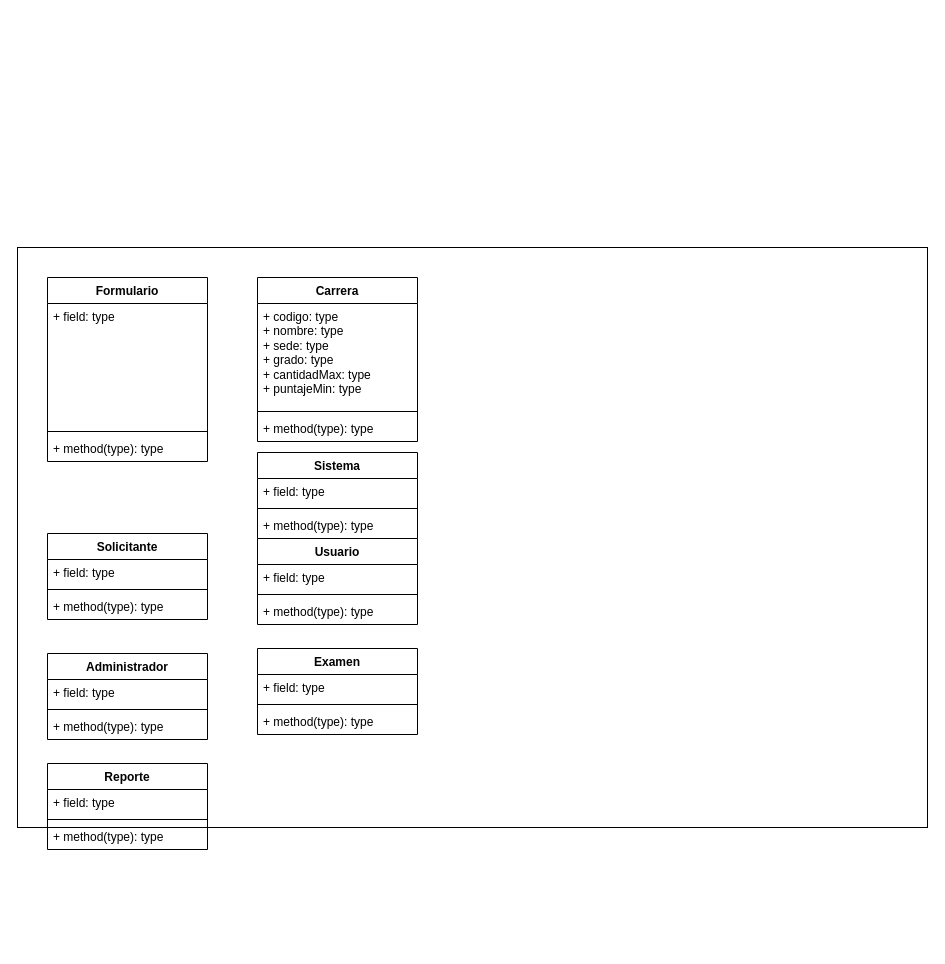
This is Act02_DX_KevinCórdobaChevez.drawio from KevinCordoba/RepositoriodeDiagramas, a draw.io file, before an edit. Source tidied: cells renumbered, new cells numbered last; positions are measured from the earlier drawing's top-left corner, leaving out a move shared by most shapes. Both pictures are drawn from the tidied source at 100%, with x=0, y=0 at pixel (17, 247).
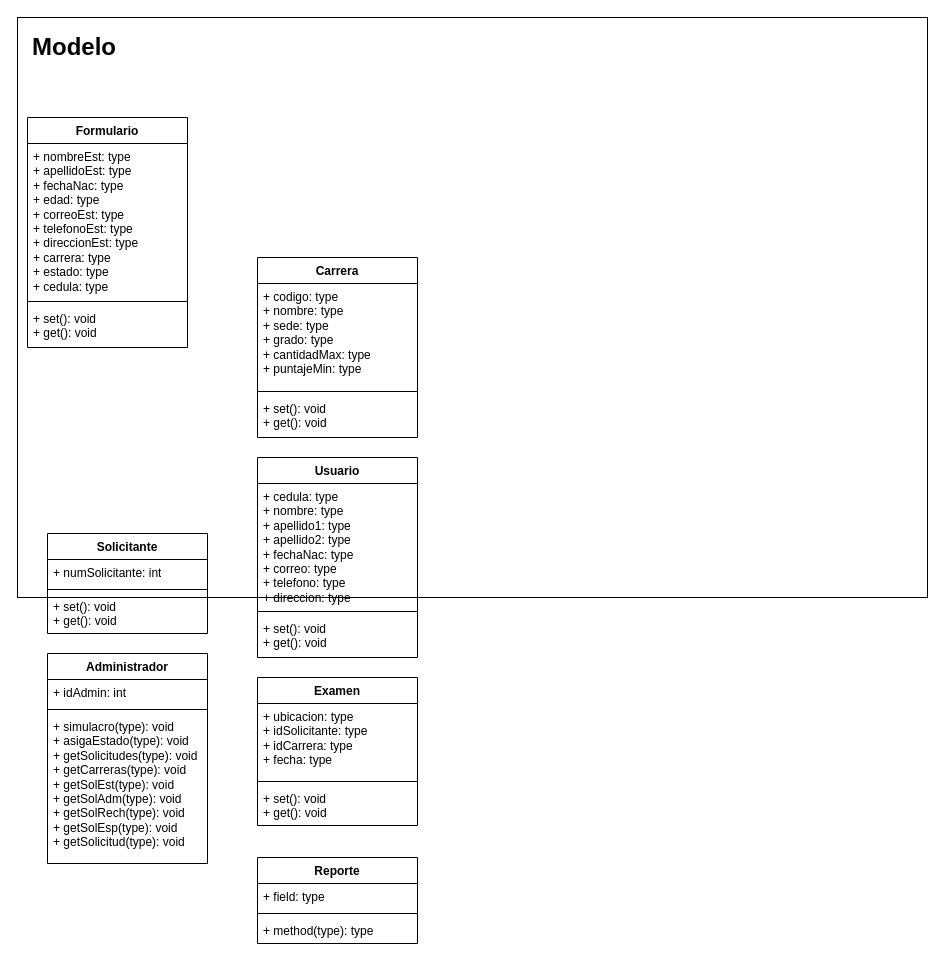
The same page after the edit.

The edit, as a diff of the source:
```diff
@@
     <mxCell id="2" style="rounded=0;whiteSpace=wrap;html=1;" parent="1" vertex="1">
-      <mxGeometry width="910" height="580" as="geometry" />
+      <mxGeometry y="-230" width="910" height="580" as="geometry" />
     </mxCell>
     <mxCell id="3" value="Formulario" style="swimlane;fontStyle=1;align=center;verticalAlign=top;horizontal=1;startSize=26;whiteSpace=wrap;html=1;" parent="1" vertex="1">
-      <mxGeometry x="30" y="30" width="160" height="184" as="geometry" />
+      <mxGeometry x="10" y="-130" width="160" height="230" as="geometry" />
     </mxCell>
-    <mxCell id="4" value="+ field: type" style="text;strokeColor=none;fillColor=none;align=left;verticalAlign=top;spacingLeft=4;spacingRight=4;overflow=hidden;whiteSpace=wrap;html=1;" parent="3" vertex="1">
-      <mxGeometry y="26" width="160" height="124" as="geometry" />
+    <mxCell id="4" value="+ nombreEst: type&lt;br&gt;+ apellidoEst: type&lt;br&gt;+ fechaNac: type&lt;br&gt;+ edad: type&lt;br&gt;+ correoEst: type&lt;br&gt;+ telefonoEst: type&lt;br&gt;+ direccionEst: type&lt;br&gt;+ carrera: type&lt;br&gt;+ estado: type&lt;br&gt;+ cedula: type" style="text;strokeColor=none;fillColor=none;align=left;verticalAlign=top;spacingLeft=4;spacingRight=4;overflow=hidden;whiteSpace=wrap;html=1;" parent="3" vertex="1">
+      <mxGeometry y="26" width="160" height="154" as="geometry" />
     </mxCell>
     <mxCell id="5" style="line;strokeWidth=1;fillColor=none;align=left;verticalAlign=middle;spacingTop=-1;spacingLeft=3;spacingRight=3;labelPosition=right;strokeColor=inherit;" parent="3" vertex="1">
-      <mxGeometry y="150" width="160" height="8" as="geometry" />
+      <mxGeometry y="180" width="160" height="8" as="geometry" />
     </mxCell>
-    <mxCell id="6" value="+ method(type): type" style="text;strokeColor=none;fillColor=none;align=left;verticalAlign=top;spacingLeft=4;spacingRight=4;overflow=hidden;whiteSpace=wrap;html=1;" parent="3" vertex="1">
-      <mxGeometry y="158" width="160" height="26" as="geometry" />
+    <mxCell id="6" value="+ set(): void&lt;br style=&quot;border-color: var(--border-color);&quot;&gt;+ get(): void" style="text;strokeColor=none;fillColor=none;align=left;verticalAlign=top;spacingLeft=4;spacingRight=4;overflow=hidden;whiteSpace=wrap;html=1;" parent="3" vertex="1">
+      <mxGeometry y="188" width="160" height="42" as="geometry" />
     </mxCell>
     <mxCell id="7" value="Solicitante" style="swimlane;fontStyle=1;align=center;verticalAlign=top;horizontal=1;startSize=26;whiteSpace=wrap;html=1;" parent="1" vertex="1">
-      <mxGeometry x="30" y="286" width="160" height="86" as="geometry" />
+      <mxGeometry x="30" y="286" width="160" height="100" as="geometry" />
     </mxCell>
-    <mxCell id="8" value="+ field: type" style="text;strokeColor=none;fillColor=none;align=left;verticalAlign=top;spacingLeft=4;spacingRight=4;overflow=hidden;whiteSpace=wrap;html=1;" parent="7" vertex="1">
+    <mxCell id="8" value="+ numSolicitante: int" style="text;strokeColor=none;fillColor=none;align=left;verticalAlign=top;spacingLeft=4;spacingRight=4;overflow=hidden;whiteSpace=wrap;html=1;" parent="7" vertex="1">
       <mxGeometry y="26" width="160" height="26" as="geometry" />
     </mxCell>
@@
-    <mxCell id="10" value="+ method(type): type" style="text;strokeColor=none;fillColor=none;align=left;verticalAlign=top;spacingLeft=4;spacingRight=4;overflow=hidden;whiteSpace=wrap;html=1;" parent="7" vertex="1">
-      <mxGeometry y="60" width="160" height="26" as="geometry" />
+    <mxCell id="10" value="+ set(): void&lt;br style=&quot;border-color: var(--border-color);&quot;&gt;+ get(): void" style="text;strokeColor=none;fillColor=none;align=left;verticalAlign=top;spacingLeft=4;spacingRight=4;overflow=hidden;whiteSpace=wrap;html=1;" parent="7" vertex="1">
+      <mxGeometry y="60" width="160" height="40" as="geometry" />
     </mxCell>
     <mxCell id="11" value="Administrador" style="swimlane;fontStyle=1;align=center;verticalAlign=top;horizontal=1;startSize=26;whiteSpace=wrap;html=1;" parent="1" vertex="1">
-      <mxGeometry x="30" y="406" width="160" height="86" as="geometry" />
+      <mxGeometry x="30" y="406" width="160" height="210" as="geometry" />
     </mxCell>
-    <mxCell id="12" value="+ field: type" style="text;strokeColor=none;fillColor=none;align=left;verticalAlign=top;spacingLeft=4;spacingRight=4;overflow=hidden;whiteSpace=wrap;html=1;" parent="11" vertex="1">
+    <mxCell id="12" value="+ idAdmin: int" style="text;strokeColor=none;fillColor=none;align=left;verticalAlign=top;spacingLeft=4;spacingRight=4;overflow=hidden;whiteSpace=wrap;html=1;" parent="11" vertex="1">
       <mxGeometry y="26" width="160" height="26" as="geometry" />
     </mxCell>
@@
-    <mxCell id="14" value="+ method(type): type" style="text;strokeColor=none;fillColor=none;align=left;verticalAlign=top;spacingLeft=4;spacingRight=4;overflow=hidden;whiteSpace=wrap;html=1;" parent="11" vertex="1">
-      <mxGeometry y="60" width="160" height="26" as="geometry" />
+    <mxCell id="14" value="+ simulacro(type): void&lt;br&gt;+ asigaEstado(type): void&lt;br&gt;+ getSolicitudes(type): void&lt;br&gt;+ getCarreras(type): void&lt;br&gt;+ getSolEst(type): void&lt;br&gt;+ getSolAdm(type): void&lt;br&gt;+ getSolRech(type): void&lt;br&gt;+ getSolEsp(type): void&lt;br&gt;+ getSolicitud(type): void" style="text;strokeColor=none;fillColor=none;align=left;verticalAlign=top;spacingLeft=4;spacingRight=4;overflow=hidden;whiteSpace=wrap;html=1;" parent="11" vertex="1">
+      <mxGeometry y="60" width="160" height="150" as="geometry" />
     </mxCell>
     <mxCell id="15" value="Carrera" style="swimlane;fontStyle=1;align=center;verticalAlign=top;horizontal=1;startSize=26;whiteSpace=wrap;html=1;" parent="1" vertex="1">
-      <mxGeometry x="240" y="30" width="160" height="164" as="geometry" />
+      <mxGeometry x="240" y="10" width="160" height="180" as="geometry" />
     </mxCell>
@@
-    <mxCell id="18" value="+ method(type): type" style="text;strokeColor=none;fillColor=none;align=left;verticalAlign=top;spacingLeft=4;spacingRight=4;overflow=hidden;whiteSpace=wrap;html=1;" parent="15" vertex="1">
-      <mxGeometry y="138" width="160" height="26" as="geometry" />
+    <mxCell id="18" value="+ set(): void&lt;br style=&quot;border-color: var(--border-color);&quot;&gt;+ get(): void" style="text;strokeColor=none;fillColor=none;align=left;verticalAlign=top;spacingLeft=4;spacingRight=4;overflow=hidden;whiteSpace=wrap;html=1;" parent="15" vertex="1">
+      <mxGeometry y="138" width="160" height="42" as="geometry" />
     </mxCell>
-    <mxCell id="19" value="Sistema" style="swimlane;fontStyle=1;align=center;verticalAlign=top;horizontal=1;startSize=26;whiteSpace=wrap;html=1;" parent="1" vertex="1">
-      <mxGeometry x="240" y="205" width="160" height="86" as="geometry" />
-    </mxCell>
-    <mxCell id="20" value="+ field: type" style="text;strokeColor=none;fillColor=none;align=left;verticalAlign=top;spacingLeft=4;spacingRight=4;overflow=hidden;whiteSpace=wrap;html=1;" parent="19" vertex="1">
-      <mxGeometry y="26" width="160" height="26" as="geometry" />
-    </mxCell>
-    <mxCell id="21" style="line;strokeWidth=1;fillColor=none;align=left;verticalAlign=middle;spacingTop=-1;spacingLeft=3;spacingRight=3;labelPosition=right;strokeColor=inherit;" parent="19" vertex="1">
-      <mxGeometry y="52" width="160" height="8" as="geometry" />
-    </mxCell>
-    <mxCell id="22" value="+ method(type): type" style="text;strokeColor=none;fillColor=none;align=left;verticalAlign=top;spacingLeft=4;spacingRight=4;overflow=hidden;whiteSpace=wrap;html=1;" parent="19" vertex="1">
-      <mxGeometry y="60" width="160" height="26" as="geometry" />
-    </mxCell>
     <mxCell id="23" value="Reporte" style="swimlane;fontStyle=1;align=center;verticalAlign=top;horizontal=1;startSize=26;whiteSpace=wrap;html=1;" parent="1" vertex="1">
-      <mxGeometry x="30" y="516" width="160" height="86" as="geometry" />
+      <mxGeometry x="240" y="610" width="160" height="86" as="geometry" />
     </mxCell>
@@
     <mxCell id="27" value="Usuario" style="swimlane;fontStyle=1;align=center;verticalAlign=top;horizontal=1;startSize=26;whiteSpace=wrap;html=1;" parent="1" vertex="1">
-      <mxGeometry x="240" y="291" width="160" height="86" as="geometry" />
+      <mxGeometry x="240" y="210" width="160" height="200" as="geometry" />
     </mxCell>
-    <mxCell id="28" value="+ field: type" style="text;strokeColor=none;fillColor=none;align=left;verticalAlign=top;spacingLeft=4;spacingRight=4;overflow=hidden;whiteSpace=wrap;html=1;" parent="27" vertex="1">
-      <mxGeometry y="26" width="160" height="26" as="geometry" />
+    <mxCell id="28" value="+ cedula: type&lt;br&gt;+ nombre: type&lt;br&gt;+ apellido1: type&lt;br&gt;+ apellido2: type&lt;br&gt;+ fechaNac: type&lt;br&gt;+ correo: type&lt;br&gt;+ telefono: type&lt;br&gt;+ direccion: type" style="text;strokeColor=none;fillColor=none;align=left;verticalAlign=top;spacingLeft=4;spacingRight=4;overflow=hidden;whiteSpace=wrap;html=1;" parent="27" vertex="1">
+      <mxGeometry y="26" width="160" height="124" as="geometry" />
     </mxCell>
     <mxCell id="29" style="line;strokeWidth=1;fillColor=none;align=left;verticalAlign=middle;spacingTop=-1;spacingLeft=3;spacingRight=3;labelPosition=right;strokeColor=inherit;" parent="27" vertex="1">
-      <mxGeometry y="52" width="160" height="8" as="geometry" />
+      <mxGeometry y="150" width="160" height="8" as="geometry" />
     </mxCell>
-    <mxCell id="30" value="+ method(type): type" style="text;strokeColor=none;fillColor=none;align=left;verticalAlign=top;spacingLeft=4;spacingRight=4;overflow=hidden;whiteSpace=wrap;html=1;" parent="27" vertex="1">
-      <mxGeometry y="60" width="160" height="26" as="geometry" />
+    <mxCell id="30" value="+ set(): void&lt;br&gt;+ get(): void" style="text;strokeColor=none;fillColor=none;align=left;verticalAlign=top;spacingLeft=4;spacingRight=4;overflow=hidden;whiteSpace=wrap;html=1;" parent="27" vertex="1">
+      <mxGeometry y="158" width="160" height="42" as="geometry" />
     </mxCell>
     <mxCell id="31" value="Examen" style="swimlane;fontStyle=1;align=center;verticalAlign=top;horizontal=1;startSize=26;whiteSpace=wrap;html=1;" parent="1" vertex="1">
-      <mxGeometry x="240" y="401" width="160" height="86" as="geometry" />
+      <mxGeometry x="240" y="430" width="160" height="148" as="geometry" />
     </mxCell>
-    <mxCell id="32" value="+ field: type" style="text;strokeColor=none;fillColor=none;align=left;verticalAlign=top;spacingLeft=4;spacingRight=4;overflow=hidden;whiteSpace=wrap;html=1;" parent="31" vertex="1">
-      <mxGeometry y="26" width="160" height="26" as="geometry" />
+    <mxCell id="32" value="+ ubicacion: type&lt;br&gt;+ idSolicitante: type&lt;br&gt;+ idCarrera: type&lt;br&gt;+ fecha: type" style="text;strokeColor=none;fillColor=none;align=left;verticalAlign=top;spacingLeft=4;spacingRight=4;overflow=hidden;whiteSpace=wrap;html=1;" parent="31" vertex="1">
+      <mxGeometry y="26" width="160" height="74" as="geometry" />
     </mxCell>
     <mxCell id="33" style="line;strokeWidth=1;fillColor=none;align=left;verticalAlign=middle;spacingTop=-1;spacingLeft=3;spacingRight=3;labelPosition=right;strokeColor=inherit;" parent="31" vertex="1">
-      <mxGeometry y="52" width="160" height="8" as="geometry" />
+      <mxGeometry y="100" width="160" height="8" as="geometry" />
     </mxCell>
-    <mxCell id="34" value="+ method(type): type" style="text;strokeColor=none;fillColor=none;align=left;verticalAlign=top;spacingLeft=4;spacingRight=4;overflow=hidden;whiteSpace=wrap;html=1;" parent="31" vertex="1">
-      <mxGeometry y="60" width="160" height="26" as="geometry" />
+    <mxCell id="34" value="+ set(): void&lt;br style=&quot;border-color: var(--border-color);&quot;&gt;+ get(): void" style="text;strokeColor=none;fillColor=none;align=left;verticalAlign=top;spacingLeft=4;spacingRight=4;overflow=hidden;whiteSpace=wrap;html=1;" parent="31" vertex="1">
+      <mxGeometry y="108" width="160" height="40" as="geometry" />
     </mxCell>
+    <mxCell id="35" value="&lt;h1&gt;Modelo&lt;/h1&gt;" style="text;html=1;strokeColor=none;fillColor=none;spacing=5;spacingTop=-20;whiteSpace=wrap;overflow=hidden;rounded=0;" parent="1" vertex="1">
+      <mxGeometry x="10" y="-220" width="100" height="40" as="geometry" />
+    </mxCell>
```
